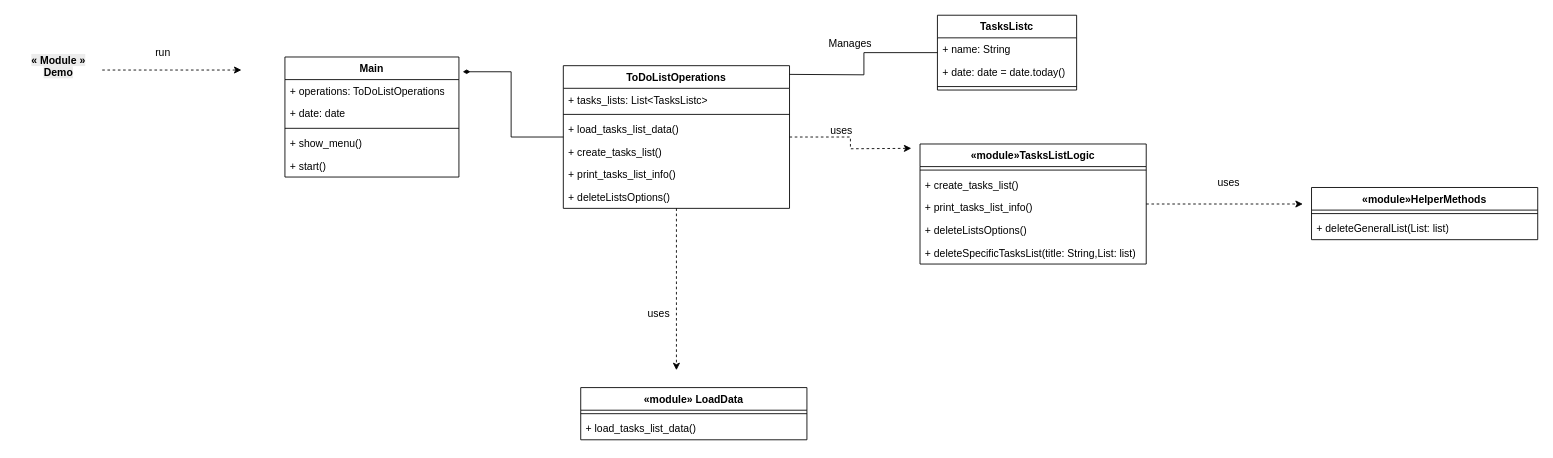
The draw.io diagram page "UML Class Diagram" (6 of 6) of ToDoList App.drawio in AbdallahDaradkeh-1/ToDoList-App, before the edit. Source tidied: cells renumbered, new cells numbered last; positions are measured from the earlier drawing's top-left corner, leaving out a move shared by most shapes. Both pictures are drawn from the tidied source at 87%, with x=0, y=0 at pixel (15, 15).
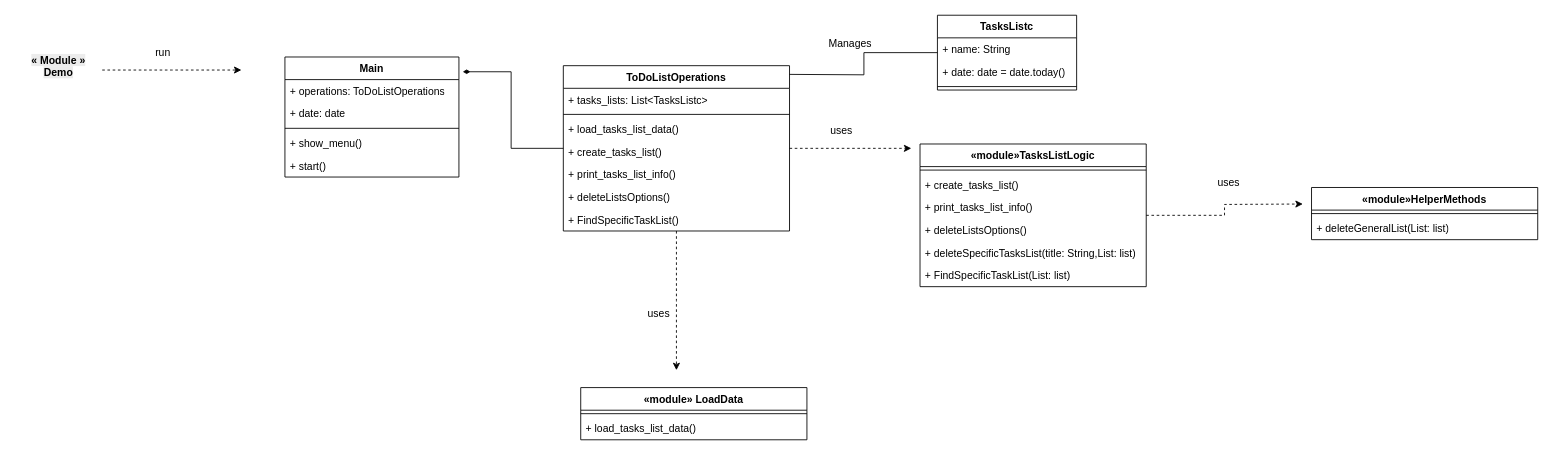
After the change.

Change to the diagram source:
```diff
@@
     <mxCell id="4" value="&lt;span style=&quot;&quot;&gt;ToDoListOperations&lt;/span&gt;" style="swimlane;fontStyle=1;align=center;verticalAlign=top;horizontal=1;startSize=26;whiteSpace=wrap;html=1;" parent="1" vertex="1">
-      <mxGeometry x="630" y="58" width="260" height="164" as="geometry" />
+      <mxGeometry x="630" y="58" width="260" height="190" as="geometry" />
     </mxCell>
@@
+    <mxCell id="43" value="+ FindSpecificTaskList()" style="text;strokeColor=none;fillColor=none;align=left;verticalAlign=top;spacingLeft=4;spacingRight=4;overflow=hidden;whiteSpace=wrap;html=1;" parent="4" vertex="1">
+      <mxGeometry y="164" width="260" height="26" as="geometry" />
+    </mxCell>
@@
     <mxCell id="28" value="&lt;span style=&quot;&quot;&gt;«module»TasksListLogic&lt;/span&gt;" style="swimlane;fontStyle=1;align=center;verticalAlign=top;horizontal=1;startSize=26;whiteSpace=wrap;html=1;" parent="1" vertex="1">
-      <mxGeometry x="1040" y="148" width="260" height="138" as="geometry" />
+      <mxGeometry x="1040" y="148" width="260" height="164" as="geometry" />
     </mxCell>
@@
+    <mxCell id="44" value="+ FindSpecificTaskList(List: list)" style="text;strokeColor=none;fillColor=none;align=left;verticalAlign=top;spacingLeft=4;spacingRight=4;overflow=hidden;whiteSpace=wrap;html=1;" parent="28" vertex="1">
+      <mxGeometry y="138" width="260" height="26" as="geometry" />
+    </mxCell>
```
